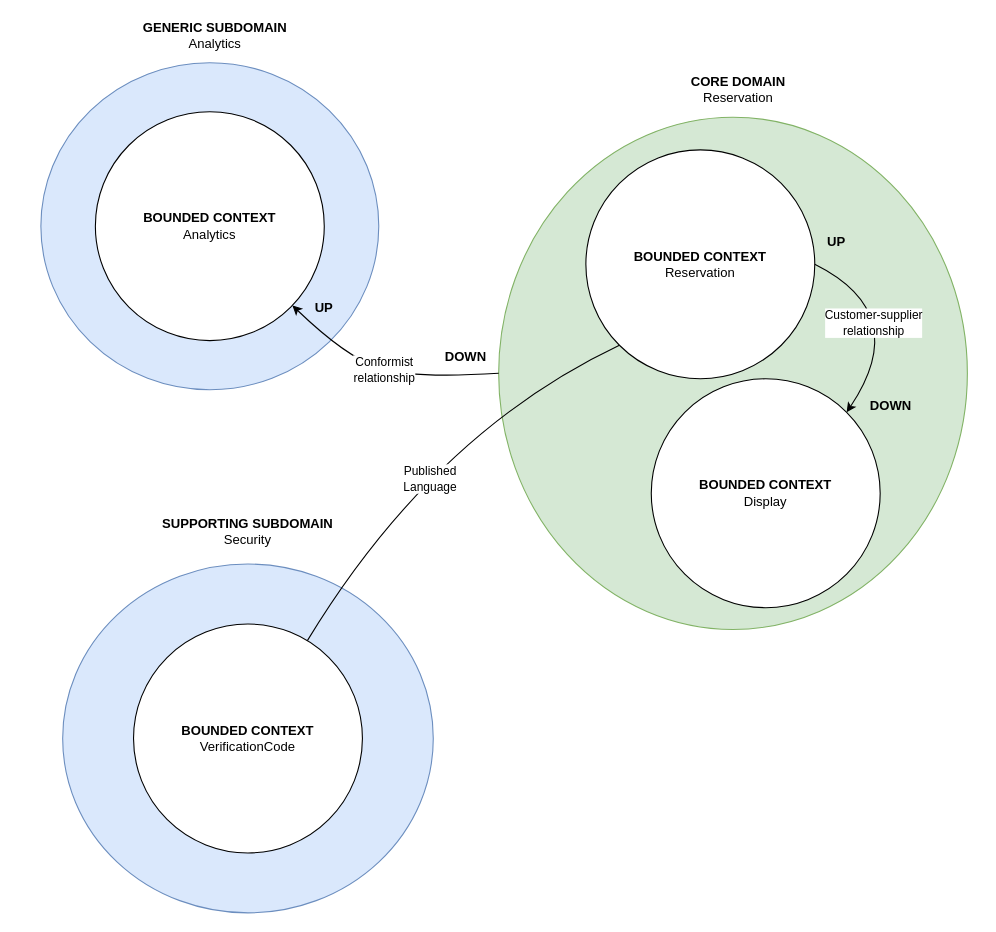
Above: diagrams/Get-A-Room Context Map.drawio in mikaelvesavuori/get-a-room-ddd-example (draw.io), before the change. Source tidied: cells renumbered, new cells numbered last; positions are measured from the earlier drawing's top-left corner, leaving out a move shared by most shapes. Both pictures are drawn from the tidied source at 109%, with x=0, y=0 at pixel (19, 19).
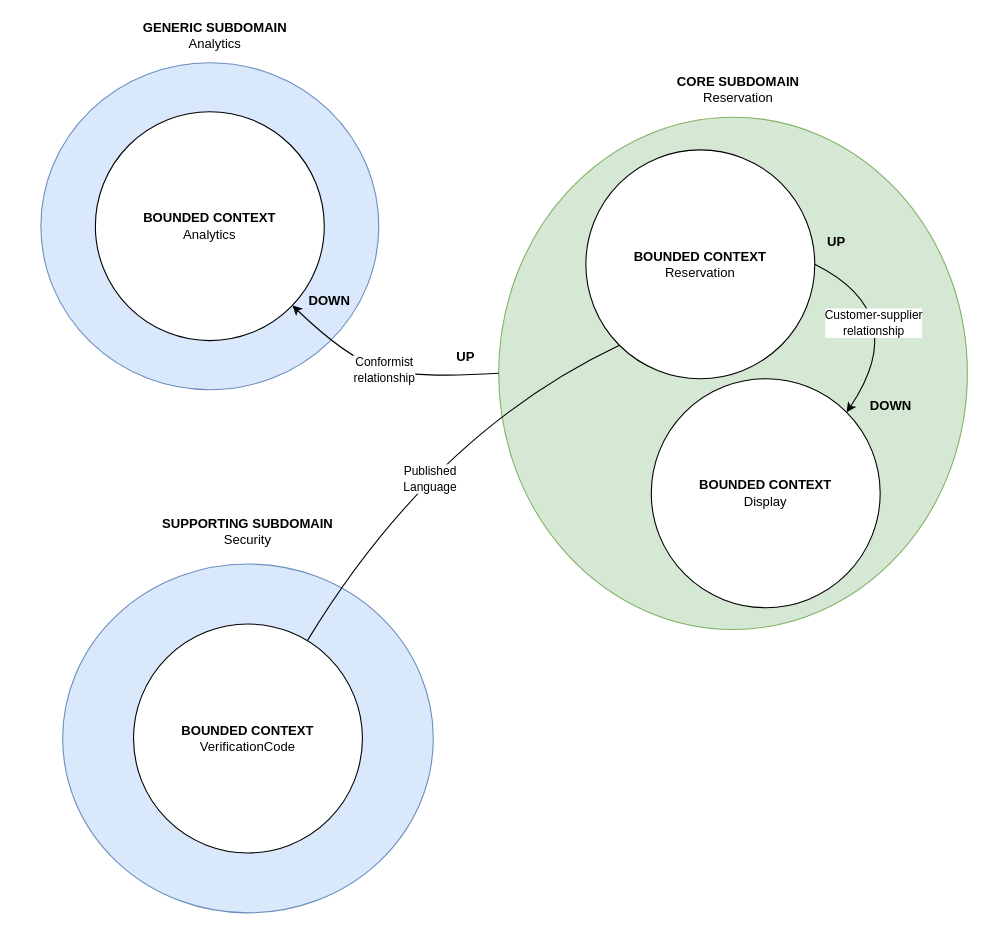
After the change.

Unchanged cells that the change refers to:
```xml
<mxCell id="2" style="ellipse;whiteSpace=wrap;html=1;fillColor=#d5e8d4;strokeColor=#82b366;" parent="1" vertex="1">
  <mxGeometry x="440" y="90" width="430" height="470" as="geometry" />
</mxCell>
<mxCell id="8" value="&lt;b&gt;BOUNDED CONTEXT&lt;/b&gt;&lt;br&gt;Analytics" style="ellipse;whiteSpace=wrap;html=1;" parent="1" vertex="1">
  <mxGeometry x="70" y="85" width="210" height="210" as="geometry" />
</mxCell>
```

The edit, as a diff of the source:
```diff
@@
-    <mxCell id="5" value="&lt;b&gt;CORE DOMAIN&lt;/b&gt;&lt;br&gt;Reservation" style="text;html=1;strokeColor=none;fillColor=none;align=center;verticalAlign=middle;whiteSpace=wrap;rounded=0;" parent="1" vertex="1">
+    <mxCell id="5" value="&lt;b&gt;CORE SUBDOMAIN&lt;/b&gt;&lt;br&gt;Reservation" style="text;html=1;strokeColor=none;fillColor=none;align=center;verticalAlign=middle;whiteSpace=wrap;rounded=0;" parent="1" vertex="1">
       <mxGeometry x="440" y="50" width="440" height="30" as="geometry" />
     </mxCell>
@@
-    <mxCell id="12" style="curved=1;endArrow=classic;html=1;rounded=0;exitX=0;exitY=0.5;exitDx=0;exitDy=0;" parent="1" edge="1" source="2" target="8">
+    <mxCell id="12" style="curved=1;endArrow=classic;html=1;rounded=0;exitX=0;exitY=0.5;exitDx=0;exitDy=0;startArrow=none;startFill=0;endFill=1;" parent="1" edge="1" source="2" target="8">
       <mxGeometry relative="1" as="geometry">
         <Array as="points">
           <mxPoint x="360" y="330" />
           <mxPoint x="300" y="310" />
         </Array>
       </mxGeometry>
     </mxCell>
@@
-    <mxCell id="18" value="&lt;b&gt;UP&lt;/b&gt;" style="text;html=1;strokeColor=none;fillColor=none;align=center;verticalAlign=middle;whiteSpace=wrap;rounded=0;" parent="1" vertex="1">
-      <mxGeometry x="260" y="250" width="40" height="30" as="geometry" />
+    <mxCell id="18" value="&lt;b&gt;DOWN&lt;/b&gt;" style="text;html=1;strokeColor=none;fillColor=none;align=center;verticalAlign=middle;whiteSpace=wrap;rounded=0;" parent="1" vertex="1">
+      <mxGeometry x="265" y="244" width="40" height="30" as="geometry" />
     </mxCell>
-    <mxCell id="19" value="&lt;b&gt;DOWN&lt;/b&gt;" style="text;html=1;strokeColor=none;fillColor=none;align=center;verticalAlign=middle;whiteSpace=wrap;rounded=0;" parent="1" vertex="1">
+    <mxCell id="19" value="&lt;b&gt;UP&lt;/b&gt;" style="text;html=1;strokeColor=none;fillColor=none;align=center;verticalAlign=middle;whiteSpace=wrap;rounded=0;" parent="1" vertex="1">
       <mxGeometry x="390" y="295" width="40" height="30" as="geometry" />
     </mxCell>
```
